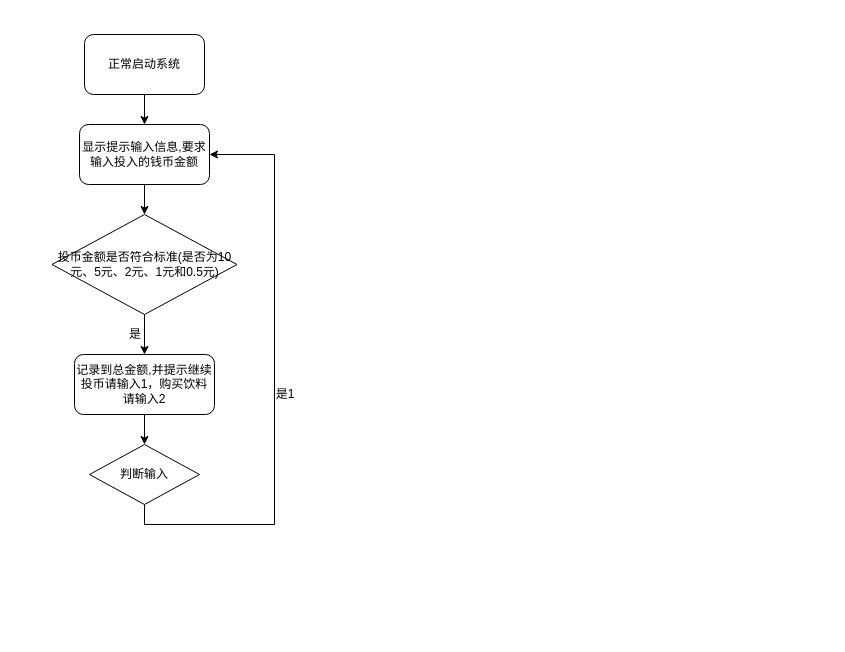
Above: C++final_2.drawio in mj-allk/mjalk (draw.io), before the change. Source tidied: cells renumbered, new cells numbered last; positions are measured from the earlier drawing's top-left corner, leaving out a move shared by most shapes. Both pictures are drawn from the tidied source at 100%, with x=0, y=0 at pixel (52, 34).
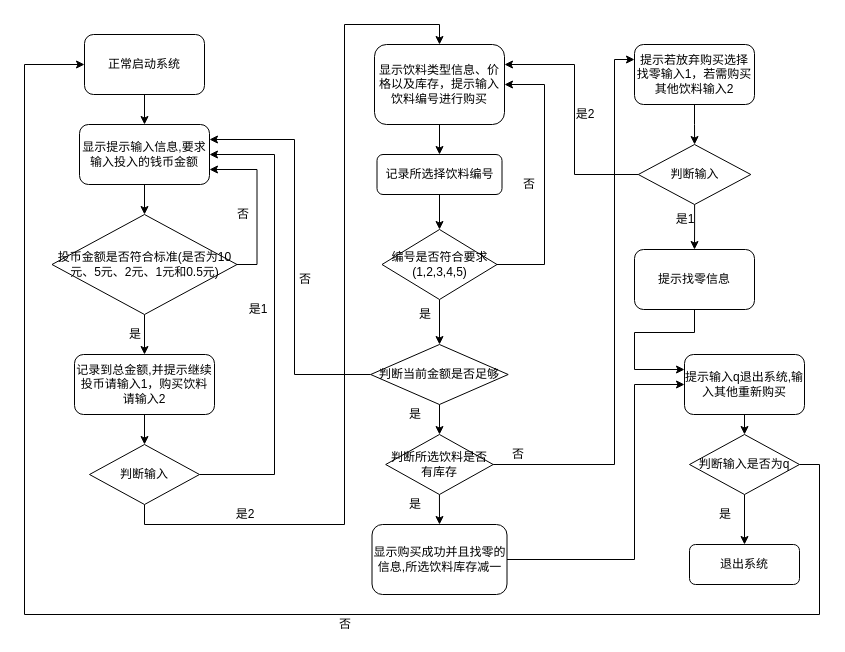
The same page after the edit.

The change refers to these unchanged cells:
```xml
<mxCell id="3" value="正常启动系统" style="rounded=1;whiteSpace=wrap;html=1;" parent="1" vertex="1">
  <mxGeometry x="32" width="120" height="60" as="geometry" />
</mxCell>
<mxCell id="5" value="显示提示输入信息,要求输入投入的钱币金额" style="rounded=1;whiteSpace=wrap;html=1;" parent="1" vertex="1">
  <mxGeometry x="27" y="90" width="130" height="60" as="geometry" />
</mxCell>
<mxCell id="7" value="投币金额是否符合标准(是否为10元、5元、2元、1元和0.5元)" style="rhombus;whiteSpace=wrap;html=1;" parent="1" vertex="1">
  <mxGeometry x="-0.5" y="180" width="185" height="100" as="geometry" />
</mxCell>
<mxCell id="11" value="判断输入" style="rhombus;whiteSpace=wrap;html=1;" parent="1" vertex="1">
  <mxGeometry x="37" y="410" width="110" height="60" as="geometry" />
</mxCell>
```

What changed in the source:
```diff
@@
+    <mxCell id="14" style="edgeStyle=orthogonalEdgeStyle;rounded=0;jettySize=auto;html=1;exitX=1;exitY=0.5;exitDx=0;exitDy=0;entryX=1;entryY=0.75;entryDx=0;entryDy=0;" parent="1" edge="1" source="7" target="5">
+      <mxGeometry relative="1" as="geometry" />
+    </mxCell>
@@
-    <mxCell id="10" style="edgeStyle=orthogonalEdgeStyle;rounded=0;jettySize=auto;html=1;exitX=0.5;exitY=1;exitDx=0;exitDy=0;entryX=1;entryY=0.5;entryDx=0;entryDy=0;" parent="1" edge="1" source="11" target="5">
+    <mxCell id="10" style="edgeStyle=orthogonalEdgeStyle;rounded=0;jettySize=auto;html=1;exitX=1;exitY=0.5;exitDx=0;exitDy=0;entryX=1;entryY=0.5;entryDx=0;entryDy=0;" parent="1" edge="1" source="11" target="5">
       <mxGeometry relative="1" as="geometry">
         <Array as="points">
-          <mxPoint x="92" y="490" />
-          <mxPoint x="222" y="490" />
+          <mxPoint x="222" y="440" />
           <mxPoint x="222" y="120" />
         </Array>
       </mxGeometry>
     </mxCell>
+    <mxCell id="15" style="edgeStyle=orthogonalEdgeStyle;rounded=0;jettySize=auto;html=1;exitX=0.5;exitY=1;exitDx=0;exitDy=0;entryX=0.5;entryY=0;entryDx=0;entryDy=0;" parent="1" edge="1" source="11" target="18">
+      <mxGeometry relative="1" as="geometry">
+        <Array as="points">
+          <mxPoint x="92" y="490" />
+          <mxPoint x="292" y="490" />
+          <mxPoint x="292" y="-10" />
+          <mxPoint x="387" y="-10" />
+        </Array>
+      </mxGeometry>
+    </mxCell>
@@
     <mxCell id="13" value="是1" style="text;html=1;strokeColor=none;fillColor=none;align=center;verticalAlign=middle;whiteSpace=wrap;rounded=0;" parent="1" vertex="1">
-      <mxGeometry x="212" y="350" width="42" height="20" as="geometry" />
+      <mxGeometry x="184.5" y="265" width="42" height="20" as="geometry" />
     </mxCell>
+    <mxCell id="16" value="否" style="text;html=1;strokeColor=none;fillColor=none;align=center;verticalAlign=middle;whiteSpace=wrap;rounded=0;" parent="1" vertex="1">
+      <mxGeometry x="170" y="170" width="42" height="20" as="geometry" />
+    </mxCell>
+    <mxCell id="17" style="edgeStyle=orthogonalEdgeStyle;rounded=0;jettySize=auto;html=1;" parent="1" edge="1" source="18" target="21">
+      <mxGeometry relative="1" as="geometry" />
+    </mxCell>
+    <mxCell id="18" value="显示饮料类型信息、价格以及库存，提示输入饮料编号进行购买" style="rounded=1;whiteSpace=wrap;html=1;" parent="1" vertex="1">
+      <mxGeometry x="322" y="10" width="130" height="80" as="geometry" />
+    </mxCell>
+    <mxCell id="19" value="是2" style="text;html=1;strokeColor=none;fillColor=none;align=center;verticalAlign=middle;whiteSpace=wrap;rounded=0;" parent="1" vertex="1">
+      <mxGeometry x="172" y="470" width="42" height="20" as="geometry" />
+    </mxCell>
+    <mxCell id="20" style="edgeStyle=orthogonalEdgeStyle;rounded=0;jettySize=auto;html=1;" parent="1" edge="1" source="21" target="24">
+      <mxGeometry relative="1" as="geometry" />
+    </mxCell>
+    <mxCell id="21" value="记录所选择饮料编号" style="rounded=1;whiteSpace=wrap;html=1;" parent="1" vertex="1">
+      <mxGeometry x="324.5" y="120" width="125" height="40" as="geometry" />
+    </mxCell>
+    <mxCell id="22" style="edgeStyle=orthogonalEdgeStyle;rounded=0;jettySize=auto;html=1;exitX=1;exitY=0.5;exitDx=0;exitDy=0;entryX=1;entryY=0.5;entryDx=0;entryDy=0;" parent="1" edge="1" source="24" target="18">
+      <mxGeometry relative="1" as="geometry">
+        <Array as="points">
+          <mxPoint x="492" y="230" />
+          <mxPoint x="492" y="50" />
+        </Array>
+      </mxGeometry>
+    </mxCell>
+    <mxCell id="23" style="edgeStyle=orthogonalEdgeStyle;rounded=0;jettySize=auto;html=1;" parent="1" edge="1" source="24" target="28">
+      <mxGeometry relative="1" as="geometry" />
+    </mxCell>
+    <mxCell id="24" value="编号是否符合要求(1,2,3,4,5)" style="rhombus;whiteSpace=wrap;html=1;" parent="1" vertex="1">
+      <mxGeometry x="329.5" y="195" width="115" height="70" as="geometry" />
+    </mxCell>
+    <mxCell id="25" value="否" style="text;html=1;strokeColor=none;fillColor=none;align=center;verticalAlign=middle;whiteSpace=wrap;rounded=0;" parent="1" vertex="1">
+      <mxGeometry x="455.8" y="140" width="42" height="20" as="geometry" />
+    </mxCell>
+    <mxCell id="26" style="edgeStyle=orthogonalEdgeStyle;rounded=0;jettySize=auto;html=1;" parent="1" edge="1" source="28" target="32">
+      <mxGeometry relative="1" as="geometry" />
+    </mxCell>
+    <mxCell id="27" style="edgeStyle=orthogonalEdgeStyle;rounded=0;jettySize=auto;html=1;exitX=0;exitY=0.5;exitDx=0;exitDy=0;entryX=1;entryY=0.25;entryDx=0;entryDy=0;" parent="1" edge="1" source="28" target="5">
+      <mxGeometry relative="1" as="geometry">
+        <Array as="points">
+          <mxPoint x="242" y="340" />
+          <mxPoint x="242" y="105" />
+        </Array>
+      </mxGeometry>
+    </mxCell>
+    <mxCell id="28" value="判断当前金额是否足够" style="rhombus;whiteSpace=wrap;html=1;" parent="1" vertex="1">
+      <mxGeometry x="318.2" y="310" width="137.5" height="60" as="geometry" />
+    </mxCell>
+    <mxCell id="29" value="是" style="text;html=1;strokeColor=none;fillColor=none;align=center;verticalAlign=middle;whiteSpace=wrap;rounded=0;" parent="1" vertex="1">
+      <mxGeometry x="352" y="270" width="42" height="20" as="geometry" />
+    </mxCell>
+    <mxCell id="30" style="edgeStyle=orthogonalEdgeStyle;rounded=0;jettySize=auto;html=1;exitX=0.5;exitY=1;exitDx=0;exitDy=0;entryX=0.5;entryY=0;entryDx=0;entryDy=0;" parent="1" edge="1" source="32" target="35">
+      <mxGeometry relative="1" as="geometry" />
+    </mxCell>
+    <mxCell id="31" style="edgeStyle=orthogonalEdgeStyle;rounded=0;jettySize=auto;html=1;exitX=1;exitY=0.5;exitDx=0;exitDy=0;entryX=0;entryY=0.25;entryDx=0;entryDy=0;" parent="1" edge="1" source="32" target="39">
+      <mxGeometry relative="1" as="geometry">
+        <Array as="points">
+          <mxPoint x="562" y="430" />
+          <mxPoint x="562" y="25" />
+        </Array>
+      </mxGeometry>
+    </mxCell>
+    <mxCell id="32" value="判断所选饮料是否有库存" style="rhombus;whiteSpace=wrap;html=1;" parent="1" vertex="1">
+      <mxGeometry x="333.2" y="400" width="107.5" height="60" as="geometry" />
+    </mxCell>
+    <mxCell id="33" value="是" style="text;html=1;strokeColor=none;fillColor=none;align=center;verticalAlign=middle;whiteSpace=wrap;rounded=0;" parent="1" vertex="1">
+      <mxGeometry x="342" y="370" width="42" height="20" as="geometry" />
+    </mxCell>
+    <mxCell id="34" style="edgeStyle=orthogonalEdgeStyle;rounded=0;jettySize=auto;html=1;exitX=1;exitY=0.5;exitDx=0;exitDy=0;entryX=0;entryY=0.5;entryDx=0;entryDy=0;" parent="1" edge="1" source="35" target="49">
+      <mxGeometry relative="1" as="geometry">
+        <Array as="points">
+          <mxPoint x="582" y="525" />
+          <mxPoint x="582" y="350" />
+        </Array>
+      </mxGeometry>
+    </mxCell>
+    <mxCell id="35" value="显示购买成功并且找零的信息,所选饮料库存减一" style="rounded=1;whiteSpace=wrap;html=1;" parent="1" vertex="1">
+      <mxGeometry x="319.5" y="490" width="135" height="70" as="geometry" />
+    </mxCell>
+    <mxCell id="36" value="是" style="text;html=1;strokeColor=none;fillColor=none;align=center;verticalAlign=middle;whiteSpace=wrap;rounded=0;" parent="1" vertex="1">
+      <mxGeometry x="342" y="460" width="42" height="20" as="geometry" />
+    </mxCell>
+    <mxCell id="37" value="否" style="text;html=1;strokeColor=none;fillColor=none;align=center;verticalAlign=middle;whiteSpace=wrap;rounded=0;" parent="1" vertex="1">
+      <mxGeometry x="232" y="235" width="42" height="20" as="geometry" />
+    </mxCell>
+    <mxCell id="38" style="edgeStyle=orthogonalEdgeStyle;rounded=0;jettySize=auto;html=1;" parent="1" edge="1" source="39" target="42">
+      <mxGeometry relative="1" as="geometry" />
+    </mxCell>
+    <mxCell id="39" value="提示若放弃购买选择找零输入1，若需购买其他饮料输入2" style="rounded=1;whiteSpace=wrap;html=1;" parent="1" vertex="1">
+      <mxGeometry x="582" y="10" width="120" height="60" as="geometry" />
+    </mxCell>
+    <mxCell id="40" style="edgeStyle=orthogonalEdgeStyle;rounded=0;jettySize=auto;html=1;exitX=0;exitY=0.5;exitDx=0;exitDy=0;entryX=1;entryY=0.25;entryDx=0;entryDy=0;" parent="1" edge="1" source="42" target="18">
+      <mxGeometry relative="1" as="geometry">
+        <Array as="points">
+          <mxPoint x="522" y="140" />
+          <mxPoint x="522" y="30" />
+        </Array>
+      </mxGeometry>
+    </mxCell>
+    <mxCell id="41" style="edgeStyle=orthogonalEdgeStyle;rounded=0;jettySize=auto;html=1;" parent="1" edge="1" source="42" target="45">
+      <mxGeometry relative="1" as="geometry" />
+    </mxCell>
+    <mxCell id="42" value="判断输入" style="rhombus;whiteSpace=wrap;html=1;" parent="1" vertex="1">
+      <mxGeometry x="585.8" y="110" width="112.5" height="60" as="geometry" />
+    </mxCell>
+    <mxCell id="43" value="是2" style="text;html=1;strokeColor=none;fillColor=none;align=center;verticalAlign=middle;whiteSpace=wrap;rounded=0;" parent="1" vertex="1">
+      <mxGeometry x="512" y="70" width="42" height="20" as="geometry" />
+    </mxCell>
+    <mxCell id="44" style="edgeStyle=orthogonalEdgeStyle;rounded=0;jettySize=auto;html=1;exitX=0.5;exitY=1;exitDx=0;exitDy=0;entryX=0;entryY=0.25;entryDx=0;entryDy=0;" parent="1" edge="1" source="45" target="49">
+      <mxGeometry relative="1" as="geometry">
+        <Array as="points">
+          <mxPoint x="642" y="298" />
+          <mxPoint x="582" y="298" />
+          <mxPoint x="582" y="335" />
+        </Array>
+      </mxGeometry>
+    </mxCell>
+    <mxCell id="45" value="提示找零信息" style="rounded=1;whiteSpace=wrap;html=1;" parent="1" vertex="1">
+      <mxGeometry x="582" y="215" width="120" height="60" as="geometry" />
+    </mxCell>
+    <mxCell id="46" value="是1" style="text;html=1;strokeColor=none;fillColor=none;align=center;verticalAlign=middle;whiteSpace=wrap;rounded=0;" parent="1" vertex="1">
+      <mxGeometry x="612" y="175" width="42" height="20" as="geometry" />
+    </mxCell>
+    <mxCell id="47" value="否" style="text;html=1;strokeColor=none;fillColor=none;align=center;verticalAlign=middle;whiteSpace=wrap;rounded=0;" parent="1" vertex="1">
+      <mxGeometry x="444.5" y="410" width="42" height="20" as="geometry" />
+    </mxCell>
+    <mxCell id="48" style="edgeStyle=orthogonalEdgeStyle;rounded=0;jettySize=auto;html=1;exitX=0.5;exitY=1;exitDx=0;exitDy=0;entryX=0.5;entryY=0;entryDx=0;entryDy=0;" parent="1" edge="1" source="49" target="52">
+      <mxGeometry relative="1" as="geometry" />
+    </mxCell>
+    <mxCell id="49" value="提示输入q退出系统,输入其他重新购买" style="rounded=1;whiteSpace=wrap;html=1;" parent="1" vertex="1">
+      <mxGeometry x="632" y="320" width="120" height="60" as="geometry" />
+    </mxCell>
+    <mxCell id="50" style="edgeStyle=orthogonalEdgeStyle;rounded=0;jettySize=auto;html=1;" parent="1" edge="1" source="52" target="53">
+      <mxGeometry relative="1" as="geometry" />
+    </mxCell>
+    <mxCell id="51" style="edgeStyle=orthogonalEdgeStyle;rounded=0;jettySize=auto;html=1;exitX=1;exitY=0.5;exitDx=0;exitDy=0;entryX=0;entryY=0.5;entryDx=0;entryDy=0;" parent="1" edge="1" source="52" target="3">
+      <mxGeometry relative="1" as="geometry">
+        <Array as="points">
+          <mxPoint x="767" y="430" />
+          <mxPoint x="767" y="580" />
+          <mxPoint x="-28" y="580" />
+          <mxPoint x="-28" y="30" />
+        </Array>
+      </mxGeometry>
+    </mxCell>
+    <mxCell id="52" value="判断输入是否为q" style="rhombus;whiteSpace=wrap;html=1;" parent="1" vertex="1">
+      <mxGeometry x="637" y="400" width="110" height="60" as="geometry" />
+    </mxCell>
+    <mxCell id="53" value="退出系统" style="rounded=1;whiteSpace=wrap;html=1;" parent="1" vertex="1">
+      <mxGeometry x="637" y="510" width="110" height="40" as="geometry" />
+    </mxCell>
+    <mxCell id="54" value="否" style="text;html=1;strokeColor=none;fillColor=none;align=center;verticalAlign=middle;whiteSpace=wrap;rounded=0;" parent="1" vertex="1">
+      <mxGeometry x="272" y="580" width="42" height="20" as="geometry" />
+    </mxCell>
+    <mxCell id="55" value="是" style="text;html=1;strokeColor=none;fillColor=none;align=center;verticalAlign=middle;whiteSpace=wrap;rounded=0;" parent="1" vertex="1">
+      <mxGeometry x="652" y="470" width="42" height="20" as="geometry" />
+    </mxCell>
```
